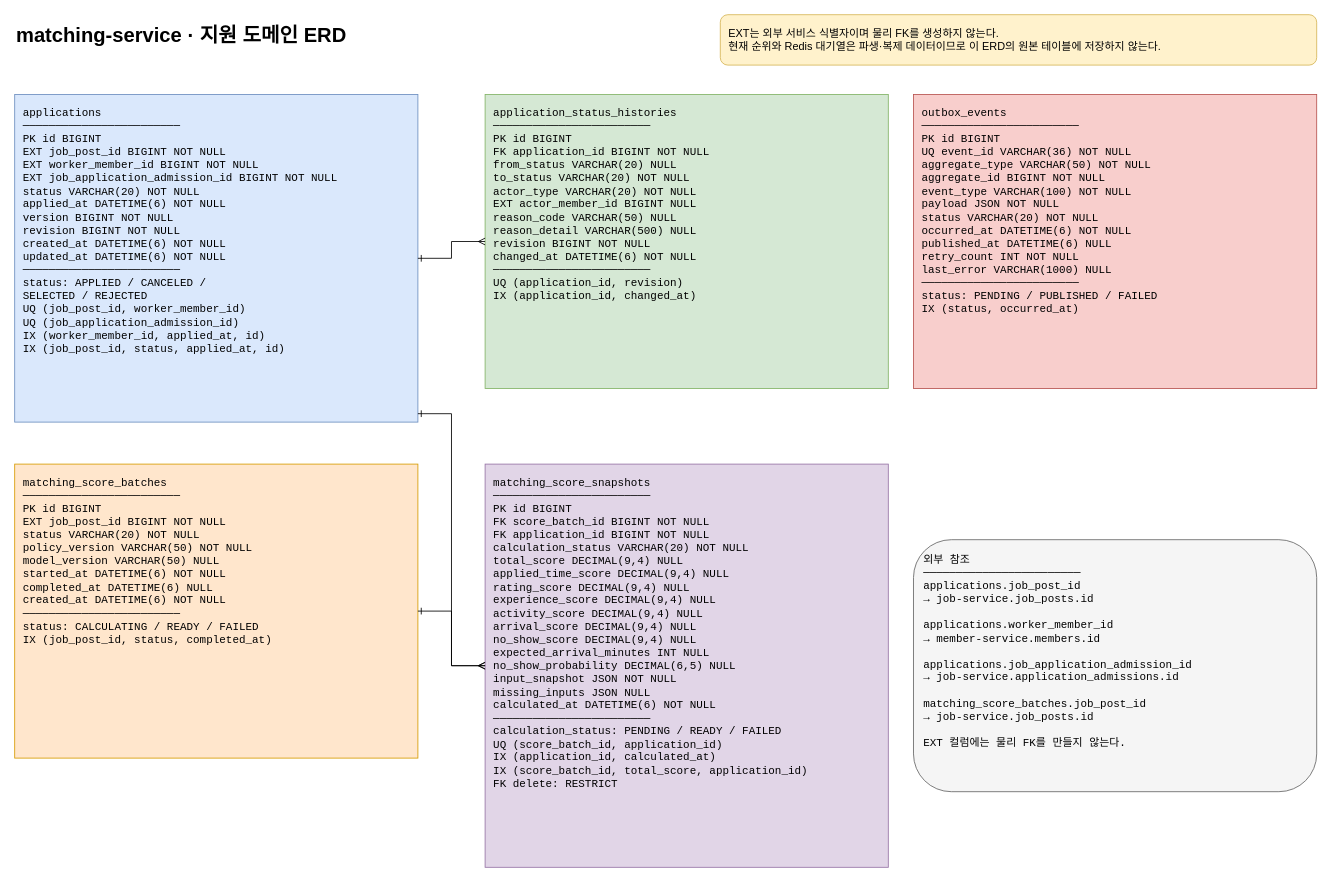
The draw.io diagram docs/architecture/matching-application-erd.drawio in 404-Worker-Not-Found/BE, before the edit. Source tidied: cells renumbered, new cells numbered last; positions are measured from the earlier drawing's top-left corner, leaving out a move shared by most shapes. Both pictures are drawn from the tidied source at 84%, with x=0, y=0 at pixel (14, 14).
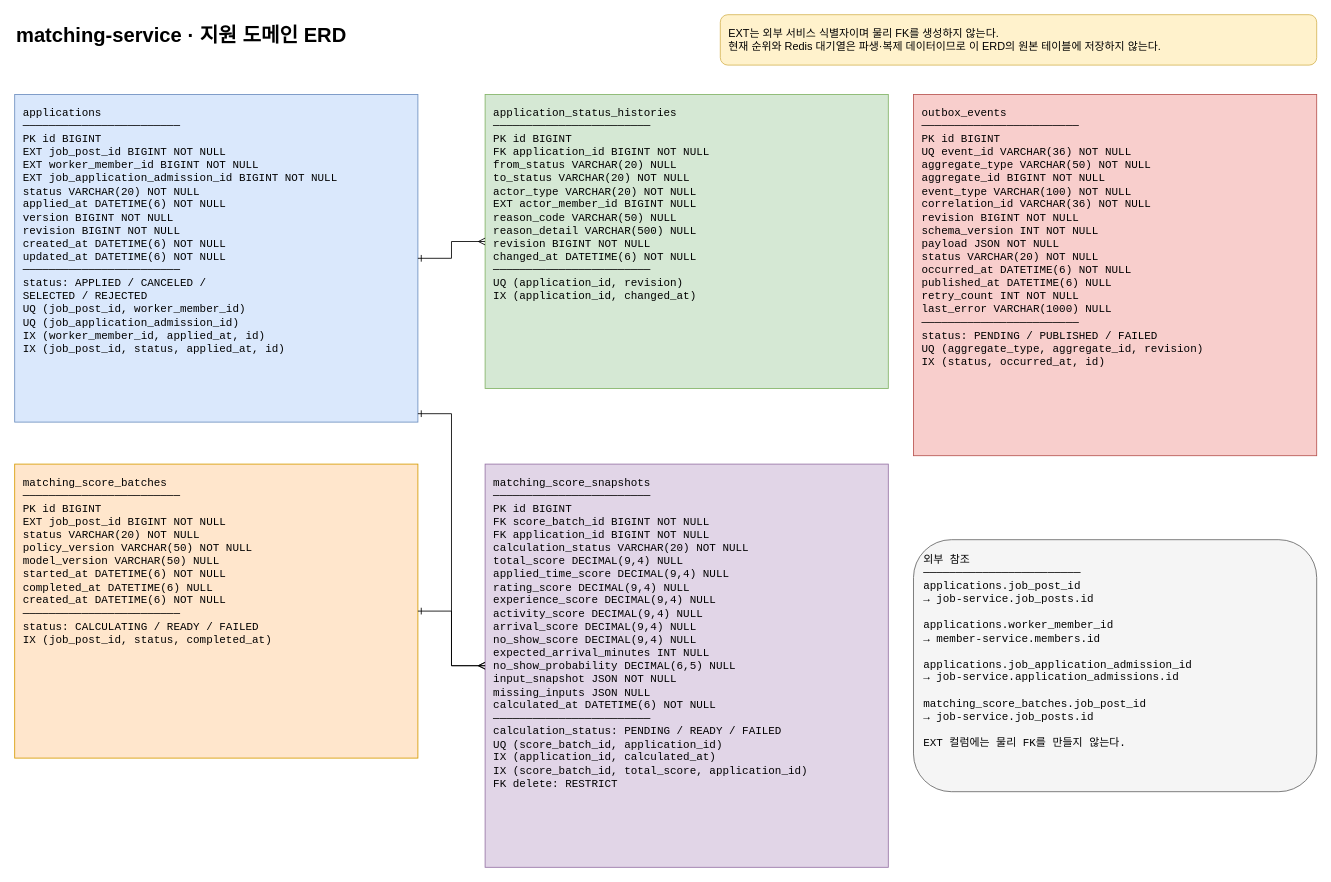
After the change.

Diff of the diagram source:
```diff
@@
 <mxGraphModel>
   <root>
     <mxCell id="0" />
     <mxCell id="1" parent="0" />
     <mxCell id="2" value="matching-service · 지원 도메인 ERD" style="text;html=1;strokeColor=none;fillColor=none;align=left;verticalAlign=middle;fontSize=24;fontStyle=1;" parent="1" vertex="1">
       <mxGeometry y="5" width="620" height="40" as="geometry" />
     </mxCell>
     <mxCell id="3" value="EXT는 외부 서비스 식별자이며 물리 FK를 생성하지 않는다.&#10;현재 순위와 Redis 대기열은 파생·복제 데이터이므로 이 ERD의 원본 테이블에 저장하지 않는다." style="rounded=1;whiteSpace=wrap;html=1;fillColor=#fff2cc;strokeColor=#d6b656;align=left;spacing=10;fontSize=13;" parent="1" vertex="1">
       <mxGeometry x="840" width="710" height="60" as="geometry" />
     </mxCell>
     <mxCell id="4" value="applications&#10;────────────────────────&#10;PK  id BIGINT&#10;EXT job_post_id BIGINT NOT NULL&#10;EXT worker_member_id BIGINT NOT NULL&#10;EXT job_application_admission_id BIGINT NOT NULL&#10;    status VARCHAR(20) NOT NULL&#10;    applied_at DATETIME(6) NOT NULL&#10;    version BIGINT NOT NULL&#10;    revision BIGINT NOT NULL&#10;    created_at DATETIME(6) NOT NULL&#10;    updated_at DATETIME(6) NOT NULL&#10;────────────────────────&#10;status: APPLIED / CANCELED /&#10;SELECTED / REJECTED&#10;UQ (job_post_id, worker_member_id)&#10;UQ (job_application_admission_id)&#10;IX (worker_member_id, applied_at, id)&#10;IX (job_post_id, status, applied_at, id)" style="rounded=0;whiteSpace=wrap;html=1;fillColor=#dae8fc;strokeColor=#6c8ebf;align=left;verticalAlign=top;spacing=10;fontFamily=Courier New;fontSize=13;" parent="1" vertex="1">
       <mxGeometry y="95" width="480" height="390" as="geometry" />
     </mxCell>
     <mxCell id="5" value="application_status_histories&#10;────────────────────────&#10;PK  id BIGINT&#10;FK  application_id BIGINT NOT NULL&#10;    from_status VARCHAR(20) NULL&#10;    to_status VARCHAR(20) NOT NULL&#10;    actor_type VARCHAR(20) NOT NULL&#10;EXT actor_member_id BIGINT NULL&#10;    reason_code VARCHAR(50) NULL&#10;    reason_detail VARCHAR(500) NULL&#10;    revision BIGINT NOT NULL&#10;    changed_at DATETIME(6) NOT NULL&#10;────────────────────────&#10;UQ (application_id, revision)&#10;IX (application_id, changed_at)" style="rounded=0;whiteSpace=wrap;html=1;fillColor=#d5e8d4;strokeColor=#82b366;align=left;verticalAlign=top;spacing=10;fontFamily=Courier New;fontSize=13;" parent="1" vertex="1">
       <mxGeometry x="560" y="95" width="480" height="350" as="geometry" />
     </mxCell>
     <mxCell id="6" value="matching_score_snapshots&#10;────────────────────────&#10;PK  id BIGINT&#10;FK  score_batch_id BIGINT NOT NULL&#10;FK  application_id BIGINT NOT NULL&#10;    calculation_status VARCHAR(20) NOT NULL&#10;    total_score DECIMAL(9,4) NULL&#10;    applied_time_score DECIMAL(9,4) NULL&#10;    rating_score DECIMAL(9,4) NULL&#10;    experience_score DECIMAL(9,4) NULL&#10;    activity_score DECIMAL(9,4) NULL&#10;    arrival_score DECIMAL(9,4) NULL&#10;    no_show_score DECIMAL(9,4) NULL&#10;    expected_arrival_minutes INT NULL&#10;    no_show_probability DECIMAL(6,5) NULL&#10;    input_snapshot JSON NOT NULL&#10;    missing_inputs JSON NULL&#10;    calculated_at DATETIME(6) NOT NULL&#10;────────────────────────&#10;calculation_status: PENDING / READY / FAILED&#10;UQ (score_batch_id, application_id)&#10;IX (application_id, calculated_at)&#10;IX (score_batch_id, total_score, application_id)&#10;FK delete: RESTRICT" style="rounded=0;whiteSpace=wrap;html=1;fillColor=#e1d5e7;strokeColor=#9673a6;align=left;verticalAlign=top;spacing=10;fontFamily=Courier New;fontSize=13;" parent="1" vertex="1">
       <mxGeometry x="560" y="535" width="480" height="480" as="geometry" />
     </mxCell>
     <mxCell id="7" value="matching_score_batches&#10;────────────────────────&#10;PK  id BIGINT&#10;EXT job_post_id BIGINT NOT NULL&#10;    status VARCHAR(20) NOT NULL&#10;    policy_version VARCHAR(50) NOT NULL&#10;    model_version VARCHAR(50) NULL&#10;    started_at DATETIME(6) NOT NULL&#10;    completed_at DATETIME(6) NULL&#10;    created_at DATETIME(6) NOT NULL&#10;────────────────────────&#10;status: CALCULATING / READY / FAILED&#10;IX (job_post_id, status, completed_at)" style="rounded=0;whiteSpace=wrap;html=1;fillColor=#ffe6cc;strokeColor=#d79b00;align=left;verticalAlign=top;spacing=10;fontFamily=Courier New;fontSize=13;" parent="1" vertex="1">
       <mxGeometry y="535" width="480" height="350" as="geometry" />
     </mxCell>
-    <mxCell id="8" value="outbox_events&#10;────────────────────────&#10;PK  id BIGINT&#10;UQ  event_id VARCHAR(36) NOT NULL&#10;    aggregate_type VARCHAR(50) NOT NULL&#10;    aggregate_id BIGINT NOT NULL&#10;    event_type VARCHAR(100) NOT NULL&#10;    payload JSON NOT NULL&#10;    status VARCHAR(20) NOT NULL&#10;    occurred_at DATETIME(6) NOT NULL&#10;    published_at DATETIME(6) NULL&#10;    retry_count INT NOT NULL&#10;    last_error VARCHAR(1000) NULL&#10;────────────────────────&#10;status: PENDING / PUBLISHED / FAILED&#10;IX (status, occurred_at)" style="rounded=0;whiteSpace=wrap;html=1;fillColor=#f8cecc;strokeColor=#b85450;align=left;verticalAlign=top;spacing=10;fontFamily=Courier New;fontSize=13;" parent="1" vertex="1">
-      <mxGeometry x="1070" y="95" width="480" height="350" as="geometry" />
+    <mxCell id="8" value="outbox_events&#10;────────────────────────&#10;PK  id BIGINT&#10;UQ  event_id VARCHAR(36) NOT NULL&#10;    aggregate_type VARCHAR(50) NOT NULL&#10;    aggregate_id BIGINT NOT NULL&#10;    event_type VARCHAR(100) NOT NULL&#10;    correlation_id VARCHAR(36) NOT NULL&#10;    revision BIGINT NOT NULL&#10;    schema_version INT NOT NULL&#10;    payload JSON NOT NULL&#10;    status VARCHAR(20) NOT NULL&#10;    occurred_at DATETIME(6) NOT NULL&#10;    published_at DATETIME(6) NULL&#10;    retry_count INT NOT NULL&#10;    last_error VARCHAR(1000) NULL&#10;────────────────────────&#10;status: PENDING / PUBLISHED / FAILED&#10;UQ (aggregate_type, aggregate_id, revision)&#10;IX (status, occurred_at, id)" style="rounded=0;whiteSpace=wrap;html=1;fillColor=#f8cecc;strokeColor=#b85450;align=left;verticalAlign=top;spacing=10;fontFamily=Courier New;fontSize=13;" parent="1" vertex="1">
+      <mxGeometry x="1070" y="95" width="480" height="430" as="geometry" />
     </mxCell>
     <mxCell id="9" value="외부 참조&#10;────────────────────────&#10;applications.job_post_id&#10;  → job-service.job_posts.id&#10;&#10;applications.worker_member_id&#10;  → member-service.members.id&#10;&#10;applications.job_application_admission_id&#10;  → job-service.application_admissions.id&#10;&#10;matching_score_batches.job_post_id&#10;  → job-service.job_posts.id&#10;&#10;EXT 컬럼에는 물리 FK를 만들지 않는다." style="rounded=1;whiteSpace=wrap;html=1;fillColor=#f5f5f5;strokeColor=#666666;align=left;verticalAlign=top;spacing=12;fontFamily=Courier New;fontSize=13;" parent="1" vertex="1">
       <mxGeometry x="1070" y="625" width="480" height="300" as="geometry" />
     </mxCell>
     <mxCell id="10" style="edgeStyle=orthogonalEdgeStyle;rounded=0;jettySize=auto;html=1;endArrow=ERmany;startArrow=ERone;" parent="1" edge="1" source="4" target="5">
       <mxGeometry relative="1" as="geometry" />
     </mxCell>
     <mxCell id="11" style="edgeStyle=orthogonalEdgeStyle;rounded=0;jettySize=auto;html=1;endArrow=ERmany;startArrow=ERone;" parent="1" edge="1" source="4" target="6">
       <mxGeometry relative="1" as="geometry">
         <Array as="points">
           <mxPoint x="520" y="475" />
           <mxPoint x="520" y="775" />
         </Array>
       </mxGeometry>
     </mxCell>
     <mxCell id="12" style="edgeStyle=orthogonalEdgeStyle;rounded=0;jettySize=auto;html=1;endArrow=ERmany;startArrow=ERone;" parent="1" edge="1" source="7" target="6">
       <mxGeometry relative="1" as="geometry" />
     </mxCell>
   </root>
 </mxGraphModel>
```
